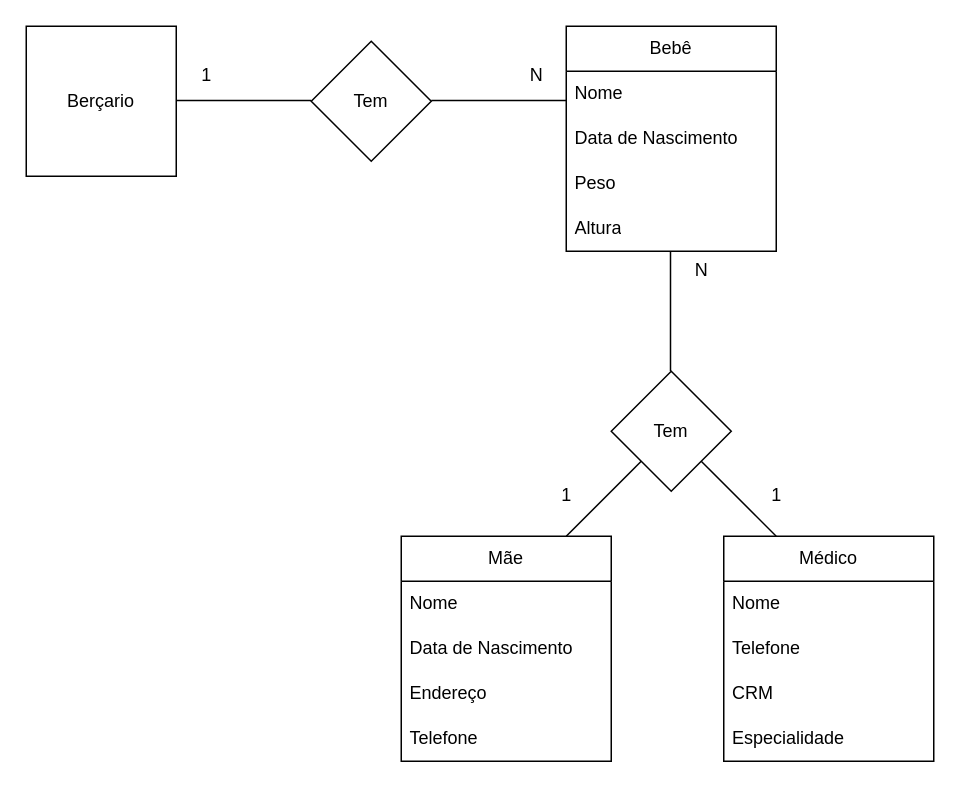
abmjhon/diagramas keeps this draw.io diagram as berçario.drawio. Above is the earlier version. Source tidied: cells renumbered, new cells numbered last; positions are measured from the earlier drawing's top-left corner, leaving out a move shared by most shapes. Both pictures are drawn from the tidied source at 150%, with x=0, y=0 at pixel (26, 26).
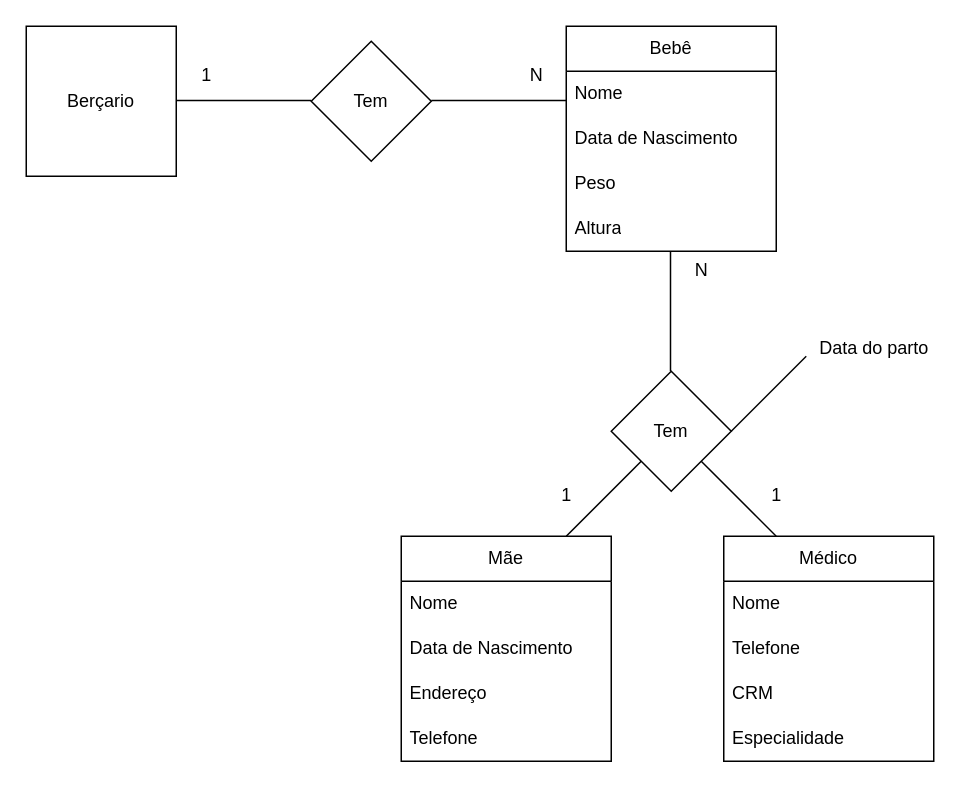
The same page after the edit.

Change to the diagram source:
```diff
@@
+    <mxCell id="30" style="endArrow=none;html=1;rounded=0;" parent="1" edge="1">
+      <mxGeometry relative="1" as="geometry">
+        <mxPoint x="470" y="270" as="sourcePoint" />
+        <mxPoint x="520" y="220" as="targetPoint" />
+      </mxGeometry>
+    </mxCell>
+    <mxCell id="31" value="Data do parto" style="text;html=1;align=center;verticalAlign=middle;strokeColor=none;fillColor=none;" parent="1" vertex="1">
+      <mxGeometry x="515" y="200" width="100" height="30" as="geometry" />
+    </mxCell>
```
